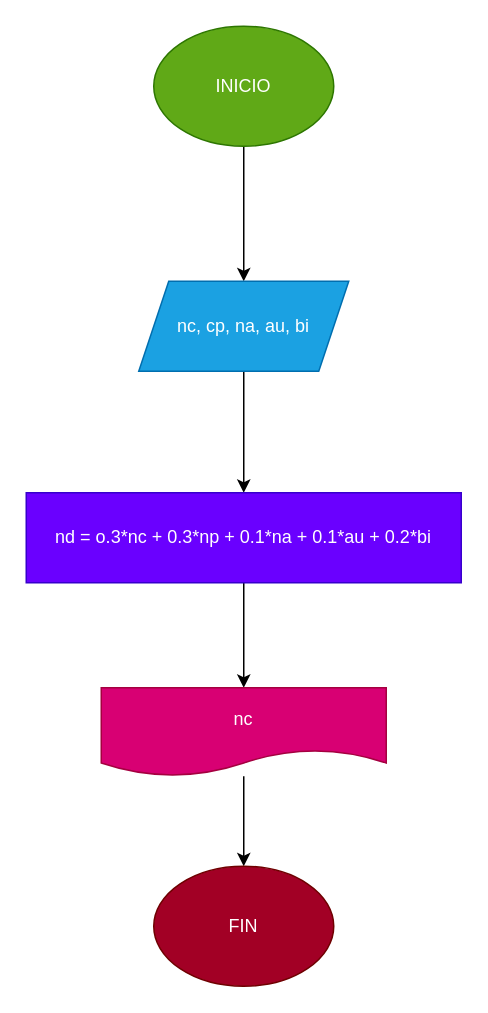
Above: diagrama.drawio in lexymolina/nota_deinitiva_asignatura (draw.io), before the change. Source tidied: cells renumbered, new cells numbered last; positions are measured from the earlier drawing's top-left corner, leaving out a move shared by most shapes. Both pictures are drawn from the tidied source at 150%, with x=0, y=0 at pixel (26, 26).
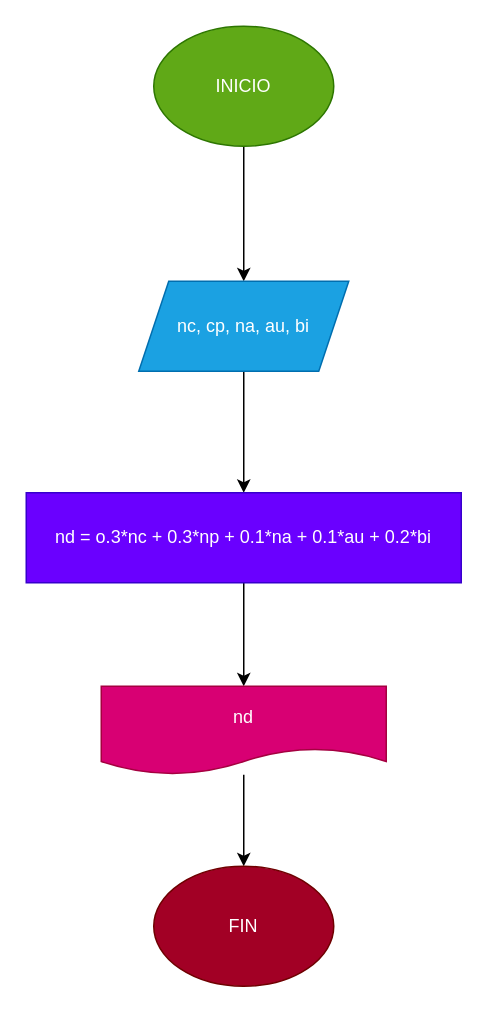
Above is the later version.

Commit message (it also covers changes not shown here):
se modifico el driagrama.drawio el diagrama.png y la nota definitiva.py

What changed in the source:
```diff
@@
 <mxGraphModel>
   <root>
     <mxCell id="0" />
     <mxCell id="1" parent="0" />
     <mxCell id="2" style="edgeStyle=none;html=1;" parent="1" edge="1" source="3" target="5">
       <mxGeometry relative="1" as="geometry" />
     </mxCell>
     <mxCell id="3" value="INICIO" style="ellipse;whiteSpace=wrap;html=1;fillColor=#60a917;fontColor=#ffffff;strokeColor=#2D7600;" parent="1" vertex="1">
       <mxGeometry x="85" width="120" height="80" as="geometry" />
     </mxCell>
     <mxCell id="4" style="edgeStyle=none;html=1;" parent="1" edge="1" source="5" target="7">
       <mxGeometry relative="1" as="geometry" />
     </mxCell>
     <mxCell id="5" value="nc, cp, na, au, bi" style="shape=parallelogram;perimeter=parallelogramPerimeter;whiteSpace=wrap;html=1;fixedSize=1;fillColor=#1ba1e2;fontColor=#ffffff;strokeColor=#006EAF;" parent="1" vertex="1">
       <mxGeometry x="75" y="170" width="140" height="60" as="geometry" />
     </mxCell>
     <mxCell id="6" style="edgeStyle=none;html=1;" parent="1" edge="1" source="7" target="9">
       <mxGeometry relative="1" as="geometry" />
     </mxCell>
     <mxCell id="7" value="nd = o.3*nc + 0.3*np + 0.1*na + 0.1*au + 0.2*bi" style="whiteSpace=wrap;html=1;fillColor=#6a00ff;fontColor=#ffffff;strokeColor=#3700CC;" parent="1" vertex="1">
       <mxGeometry y="311" width="290" height="60" as="geometry" />
     </mxCell>
     <mxCell id="8" style="edgeStyle=none;html=1;" parent="1" edge="1" source="9" target="10">
       <mxGeometry relative="1" as="geometry" />
     </mxCell>
-    <mxCell id="9" value="nc" style="shape=document;whiteSpace=wrap;html=1;boundedLbl=1;fillColor=#d80073;fontColor=#ffffff;strokeColor=#A50040;" parent="1" vertex="1">
-      <mxGeometry x="50" y="441" width="190" height="59" as="geometry" />
+    <mxCell id="9" value="nd" style="shape=document;whiteSpace=wrap;html=1;boundedLbl=1;fillColor=#d80073;fontColor=#ffffff;strokeColor=#A50040;" parent="1" vertex="1">
+      <mxGeometry x="50" y="440" width="190" height="59" as="geometry" />
     </mxCell>
     <mxCell id="10" value="FIN" style="ellipse;whiteSpace=wrap;html=1;fillColor=#a20025;fontColor=#ffffff;strokeColor=#6F0000;" parent="1" vertex="1">
       <mxGeometry x="85" y="560" width="120" height="80" as="geometry" />
     </mxCell>
   </root>
 </mxGraphModel>
```
